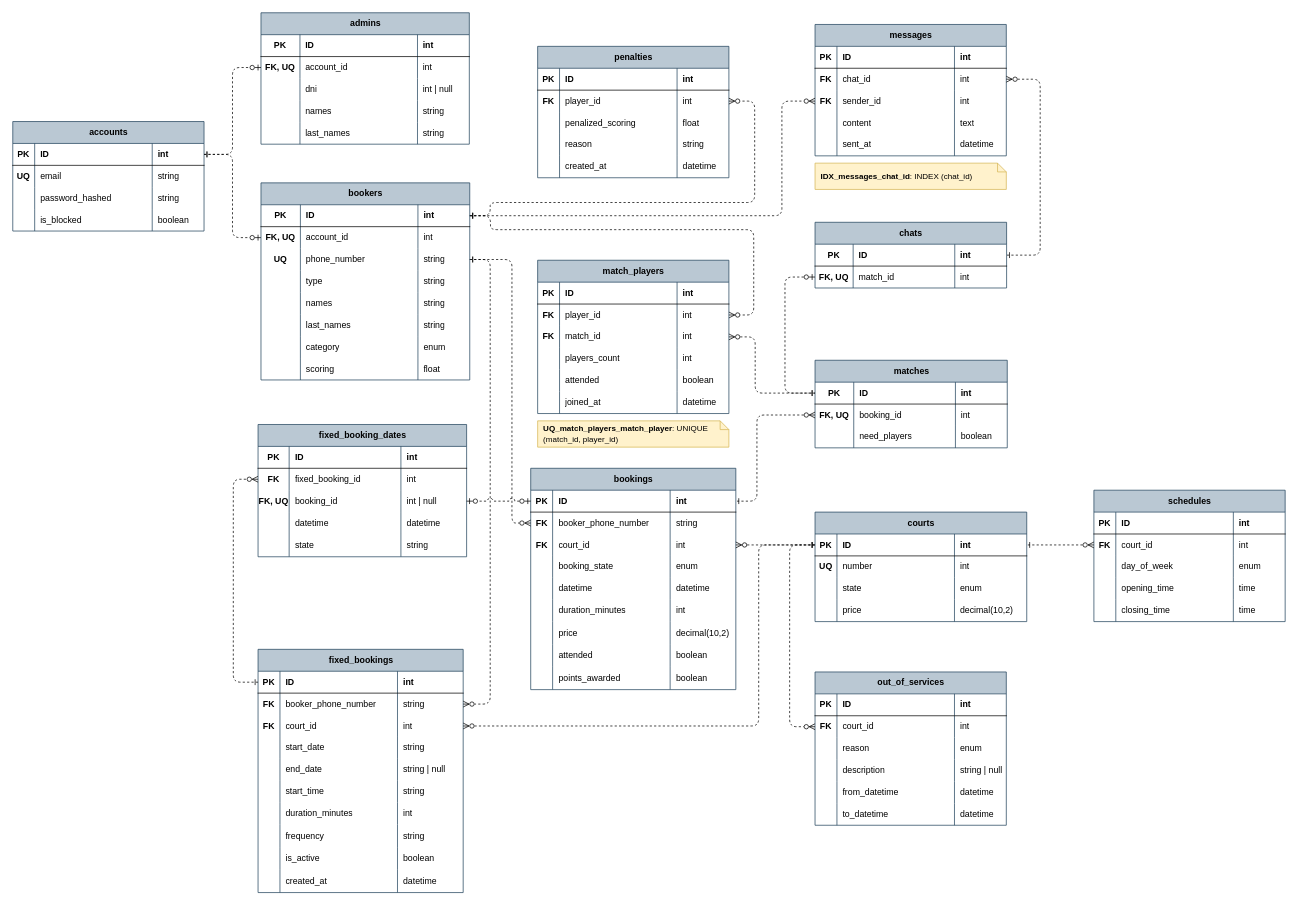
Above: docs/der/DER Padel Quento.drawio in JoacoMazza/padel-quento (draw.io), before the change. Source tidied: cells renumbered, new cells numbered last; positions are measured from the earlier drawing's top-left corner, leaving out a move shared by most shapes. Both pictures are drawn from the tidied source at 73%, with x=0, y=0 at pixel (12, 12).
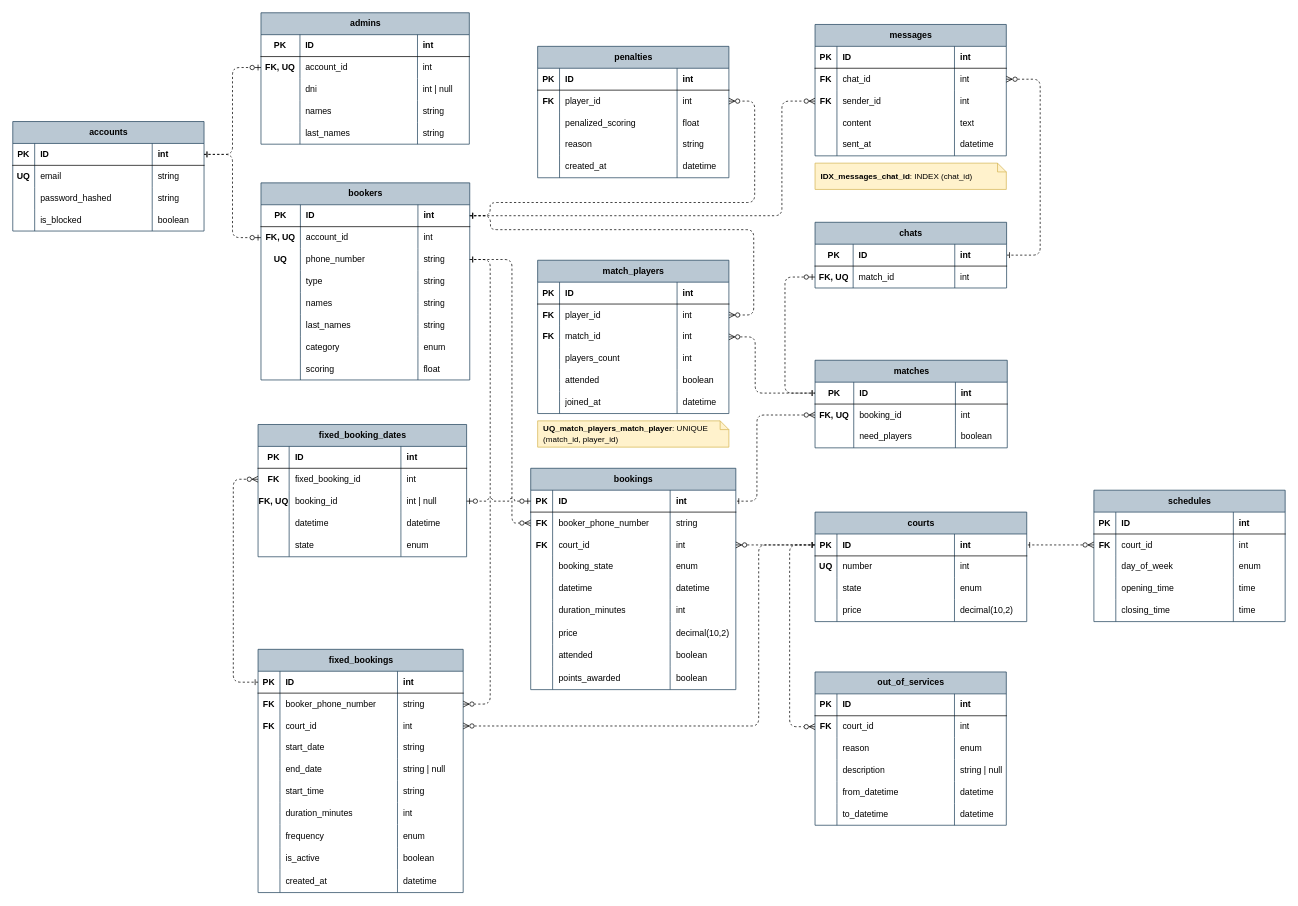
Above is the later version.

Commit message (it also covers changes not shown here):
fix: update diagram dimensions and change 'string' to 'enum' in DER Padel Quento

Unchanged cells that the change refers to:
```xml
<mxCell id="273" style="shape=tableRow;horizontal=0;startSize=0;swimlaneHead=0;swimlaneBody=0;fillColor=none;top=0;left=0;right=0;bottom=0;" parent="244" vertex="1">
  <mxGeometry y="240" width="281" height="31" as="geometry" />
</mxCell>
<mxCell id="304" style="shape=tableRow;horizontal=0;startSize=0;swimlaneHead=0;swimlaneBody=0;fillColor=none;top=0;left=0;right=0;bottom=0;" parent="287" vertex="1">
  <mxGeometry y="150" width="285.7" height="31" as="geometry" />
</mxCell>
```

What changed in the source:
```diff
@@
-    <mxCell id="276" value="string" style="shape=partialRectangle;fillColor=none;top=0;left=0;bottom=0;right=0;align=left;spacingLeft=6;overflow=hidden;whiteSpace=wrap;html=1;" parent="273" vertex="1">
+    <mxCell id="276" value="enum" style="shape=partialRectangle;fillColor=none;top=0;left=0;bottom=0;right=0;align=left;spacingLeft=6;overflow=hidden;whiteSpace=wrap;html=1;" parent="273" vertex="1">
       <mxGeometry x="191" width="90" height="31" as="geometry" />
     </mxCell>
@@
-    <mxCell id="307" value="string" style="shape=partialRectangle;fillColor=none;top=0;left=0;bottom=0;right=0;align=left;spacingLeft=6;overflow=hidden;whiteSpace=wrap;html=1;" parent="304" vertex="1">
+    <mxCell id="307" value="enum" style="shape=partialRectangle;fillColor=none;top=0;left=0;bottom=0;right=0;align=left;spacingLeft=6;overflow=hidden;whiteSpace=wrap;html=1;" parent="304" vertex="1">
       <mxGeometry x="195.7" width="90" height="31" as="geometry" />
     </mxCell>
```
